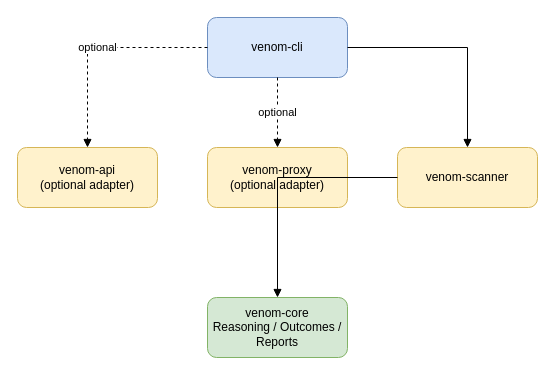
Before: page "Crate Dependencies" (2 of 2) of docs/architecture.drawio in ITherso/termivar, a draw.io diagram. Source tidied: cells renumbered, new cells numbered last; positions are measured from the earlier drawing's top-left corner, leaving out a move shared by most shapes. Both pictures are drawn from the tidied source at 100%, with x=0, y=0 at pixel (17, 17).
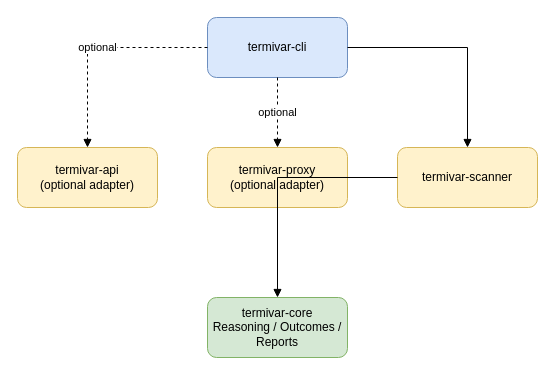
Above is the later version.

What changed in the source:
```diff
@@
 <mxGraphModel>
   <root>
     <mxCell id="0" />
     <mxCell id="1" parent="0" />
-    <mxCell id="2" value="venom-cli" style="rounded=1;whiteSpace=wrap;html=1;fillColor=#dae8fc;strokeColor=#6c8ebf;" parent="1" vertex="1">
+    <mxCell id="2" value="termivar-cli" style="rounded=1;whiteSpace=wrap;html=1;fillColor=#dae8fc;strokeColor=#6c8ebf;" parent="1" vertex="1">
       <mxGeometry x="190" width="140" height="60" as="geometry" />
     </mxCell>
-    <mxCell id="3" value="venom-api&#10;(optional adapter)" style="rounded=1;whiteSpace=wrap;html=1;fillColor=#fff2cc;strokeColor=#d6b656;" parent="1" vertex="1">
+    <mxCell id="3" value="termivar-api&#10;(optional adapter)" style="rounded=1;whiteSpace=wrap;html=1;fillColor=#fff2cc;strokeColor=#d6b656;" parent="1" vertex="1">
       <mxGeometry y="130" width="140" height="60" as="geometry" />
     </mxCell>
-    <mxCell id="4" value="venom-proxy&#10;(optional adapter)" style="rounded=1;whiteSpace=wrap;html=1;fillColor=#fff2cc;strokeColor=#d6b656;" parent="1" vertex="1">
+    <mxCell id="4" value="termivar-proxy&#10;(optional adapter)" style="rounded=1;whiteSpace=wrap;html=1;fillColor=#fff2cc;strokeColor=#d6b656;" parent="1" vertex="1">
       <mxGeometry x="190" y="130" width="140" height="60" as="geometry" />
     </mxCell>
-    <mxCell id="5" value="venom-scanner" style="rounded=1;whiteSpace=wrap;html=1;fillColor=#fff2cc;strokeColor=#d6b656;" parent="1" vertex="1">
+    <mxCell id="5" value="termivar-scanner" style="rounded=1;whiteSpace=wrap;html=1;fillColor=#fff2cc;strokeColor=#d6b656;" parent="1" vertex="1">
       <mxGeometry x="380" y="130" width="140" height="60" as="geometry" />
     </mxCell>
-    <mxCell id="6" value="venom-core&#10;Reasoning / Outcomes / Reports" style="rounded=1;whiteSpace=wrap;html=1;fillColor=#d5e8d4;strokeColor=#82b366;" parent="1" vertex="1">
+    <mxCell id="6" value="termivar-core&#10;Reasoning / Outcomes / Reports" style="rounded=1;whiteSpace=wrap;html=1;fillColor=#d5e8d4;strokeColor=#82b366;" parent="1" vertex="1">
       <mxGeometry x="190" y="280" width="140" height="60" as="geometry" />
     </mxCell>
     <mxCell id="7" value="optional" style="edgeStyle=orthogonalEdgeStyle;rounded=0;html=1;dashed=1;endArrow=block;" parent="1" edge="1" source="2" target="3">
       <mxGeometry relative="1" as="geometry" />
     </mxCell>
     <mxCell id="8" value="optional" style="edgeStyle=orthogonalEdgeStyle;rounded=0;html=1;dashed=1;endArrow=block;" parent="1" edge="1" source="2" target="4">
       <mxGeometry relative="1" as="geometry" />
     </mxCell>
     <mxCell id="9" style="edgeStyle=orthogonalEdgeStyle;rounded=0;html=1;endArrow=block;" parent="1" edge="1" source="2" target="5">
       <mxGeometry relative="1" as="geometry" />
     </mxCell>
     <mxCell id="10" style="edgeStyle=orthogonalEdgeStyle;rounded=0;html=1;endArrow=block;" parent="1" edge="1" source="5" target="6">
       <mxGeometry relative="1" as="geometry" />
     </mxCell>
   </root>
 </mxGraphModel>
```
